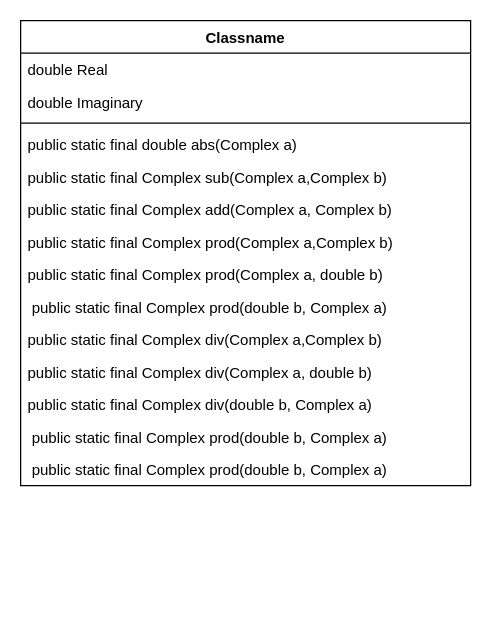
Before: Class diagram/Class diagram.drawio in Aatmaj-Zephyr/Complex-numbers, a draw.io diagram. Source tidied: cells renumbered, new cells numbered last; positions are measured from the earlier drawing's top-left corner, leaving out a move shared by most shapes. Both pictures are drawn from the tidied source at 125%, with x=0, y=0 at pixel (20, 20).
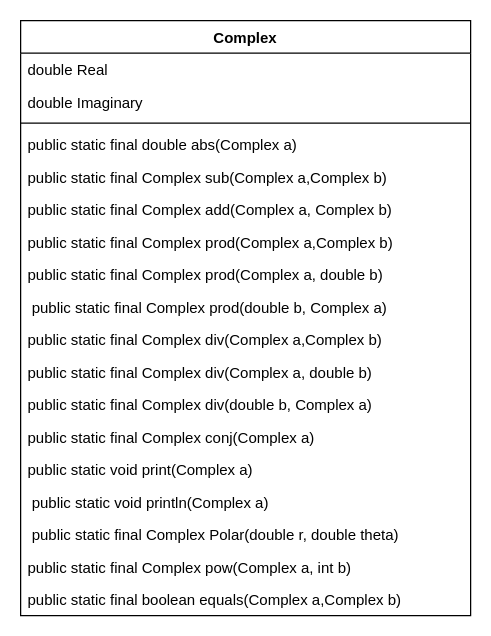
Above is the later version.

Diff of the diagram source:
```diff
@@
-    <mxCell id="2" value="Classname" style="swimlane;fontStyle=1;align=center;verticalAlign=top;horizontal=1;startSize=26;" parent="1" vertex="1">
-      <mxGeometry width="360" height="372" as="geometry" />
+    <mxCell id="2" value="Complex" style="swimlane;fontStyle=1;align=center;verticalAlign=top;horizontal=1;startSize=26;" parent="1" vertex="1">
+      <mxGeometry width="360" height="476" as="geometry" />
     </mxCell>
@@
-    <mxCell id="15" value=" public static final Complex prod(double b, Complex a)" style="text;strokeColor=none;fillColor=none;align=left;verticalAlign=top;spacingLeft=4;spacingRight=4;overflow=hidden;" parent="2" vertex="1">
+    <mxCell id="15" value="public static final Complex conj(Complex a)" style="text;strokeColor=none;fillColor=none;align=left;verticalAlign=top;spacingLeft=4;spacingRight=4;overflow=hidden;" parent="2" vertex="1">
       <mxGeometry y="320" width="360" height="26" as="geometry" />
     </mxCell>
+    <mxCell id="17" value="public static void print(Complex a)" style="text;strokeColor=none;fillColor=none;align=left;verticalAlign=top;spacingLeft=4;spacingRight=4;overflow=hidden;" parent="2" vertex="1">
+      <mxGeometry y="346" width="360" height="26" as="geometry" />
+    </mxCell>
-    <mxCell id="16" value=" public static final Complex prod(double b, Complex a)" style="text;strokeColor=none;fillColor=none;align=left;verticalAlign=top;spacingLeft=4;spacingRight=4;overflow=hidden;" parent="2" vertex="1">
-      <mxGeometry y="346" width="360" height="26" as="geometry" />
+    <mxCell id="16" value=" public static void println(Complex a)" style="text;strokeColor=none;fillColor=none;align=left;verticalAlign=top;spacingLeft=4;spacingRight=4;overflow=hidden;" parent="2" vertex="1">
+      <mxGeometry y="372" width="360" height="26" as="geometry" />
     </mxCell>
+    <mxCell id="18" value=" public static final Complex Polar(double r, double theta)" style="text;strokeColor=none;fillColor=none;align=left;verticalAlign=top;spacingLeft=4;spacingRight=4;overflow=hidden;" parent="2" vertex="1">
+      <mxGeometry y="398" width="360" height="26" as="geometry" />
+    </mxCell>
+    <mxCell id="19" value="public static final Complex pow(Complex a, int b)" style="text;strokeColor=none;fillColor=none;align=left;verticalAlign=top;spacingLeft=4;spacingRight=4;overflow=hidden;" parent="2" vertex="1">
+      <mxGeometry y="424" width="360" height="26" as="geometry" />
+    </mxCell>
+    <mxCell id="20" value="public static final boolean equals(Complex a,Complex b)" style="text;strokeColor=none;fillColor=none;align=left;verticalAlign=top;spacingLeft=4;spacingRight=4;overflow=hidden;" parent="2" vertex="1">
+      <mxGeometry y="450" width="360" height="26" as="geometry" />
+    </mxCell>
```
